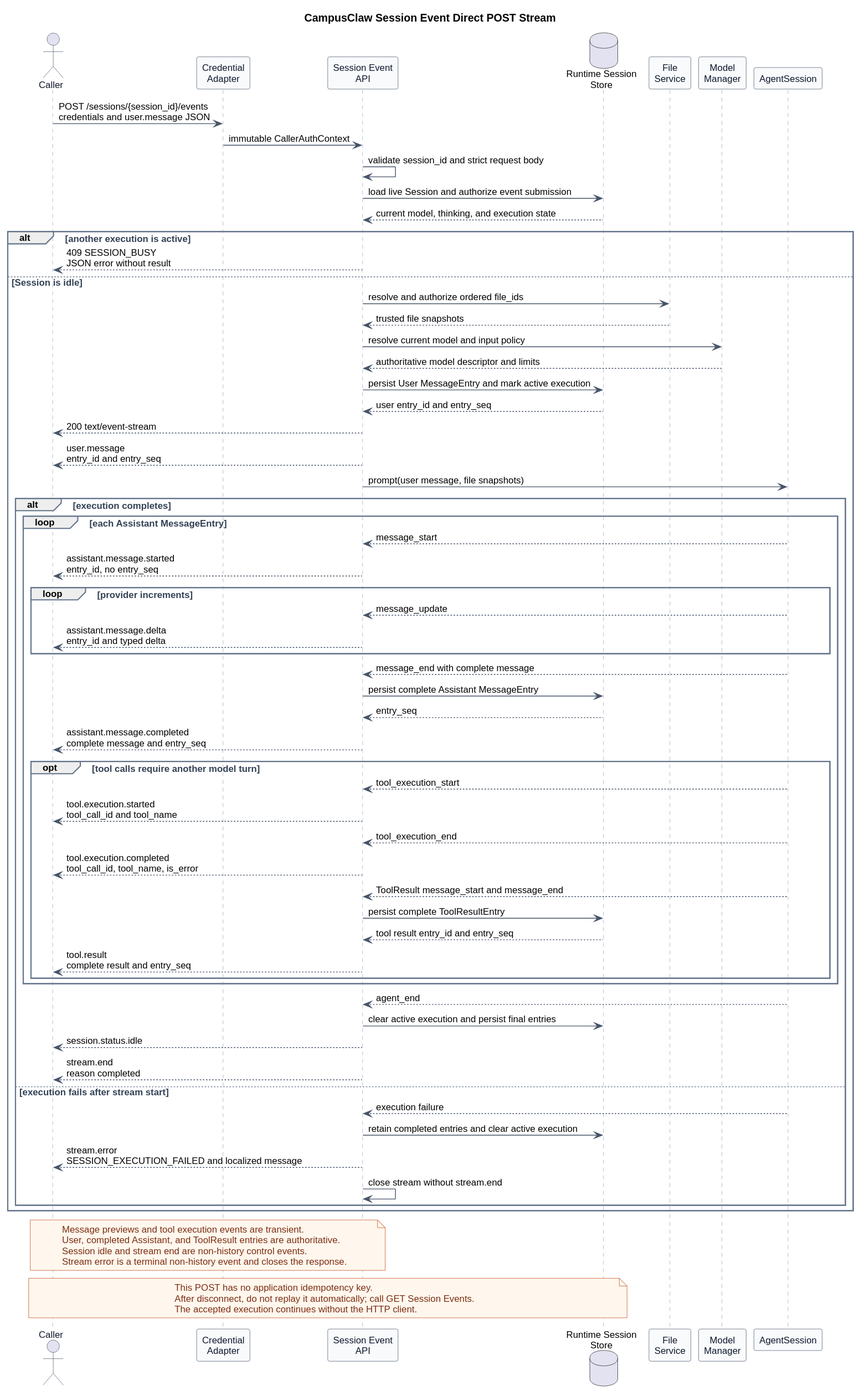
This is pi-mono-java-manager-driven-multi-agent-runtime/http_session_event_stream.svg from ssm0808/pi-mono-java-design, a PlantUML export, as it was before one commit.
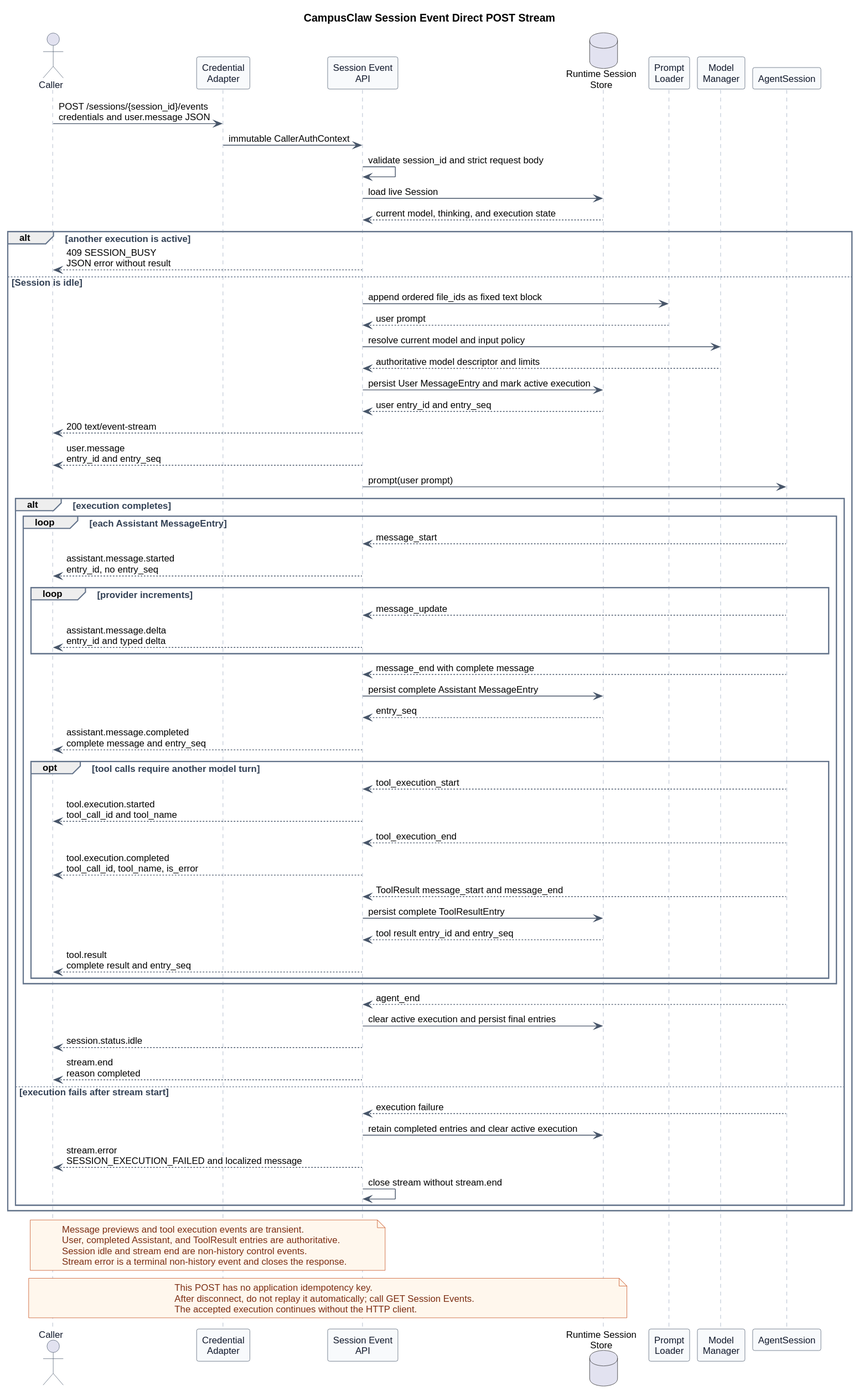
Later version of the same file.

Change to the diagram source:
```diff
@@ -28,28 +28,28 @@
 participant "Credential\nAdapter" as Auth
 participant "Session Event\nAPI" as API
 database "Runtime Session\nStore" as Store
-participant "File\nService" as FileService
+participant "Prompt\nLoader" as Prompt
 participant "Model\nManager" as Manager
 participant AgentSession
 
 Caller -> Auth : POST /sessions/{session_id}/events\ncredentials and user.message JSON
 Auth -> API : immutable CallerAuthContext
 API -> API : validate session_id and strict request body
-API -> Store : load live Session and authorize event submission
+API -> Store : load live Session
 Store --> API : current model, thinking, and execution state
 
 alt another execution is active
   API --> Caller : 409 SESSION_BUSY\nJSON error without result
 else Session is idle
-  API -> FileService : resolve and authorize ordered file_ids
-  FileService --> API : trusted file snapshots
+  API -> Prompt : append ordered file_ids as fixed text block
+  Prompt --> API : user prompt
   API -> Manager : resolve current model and input policy
   Manager --> API : authoritative model descriptor and limits
   API -> Store : persist User MessageEntry and mark active execution
   Store --> API : user entry_id and entry_seq
   API --> Caller : 200 text/event-stream
   API --> Caller : user.message\nentry_id and entry_seq
-  API -> AgentSession : prompt(user message, file snapshots)
+  API -> AgentSession : prompt(user prompt)
 
   alt execution completes
     loop each Assistant MessageEntry
```
